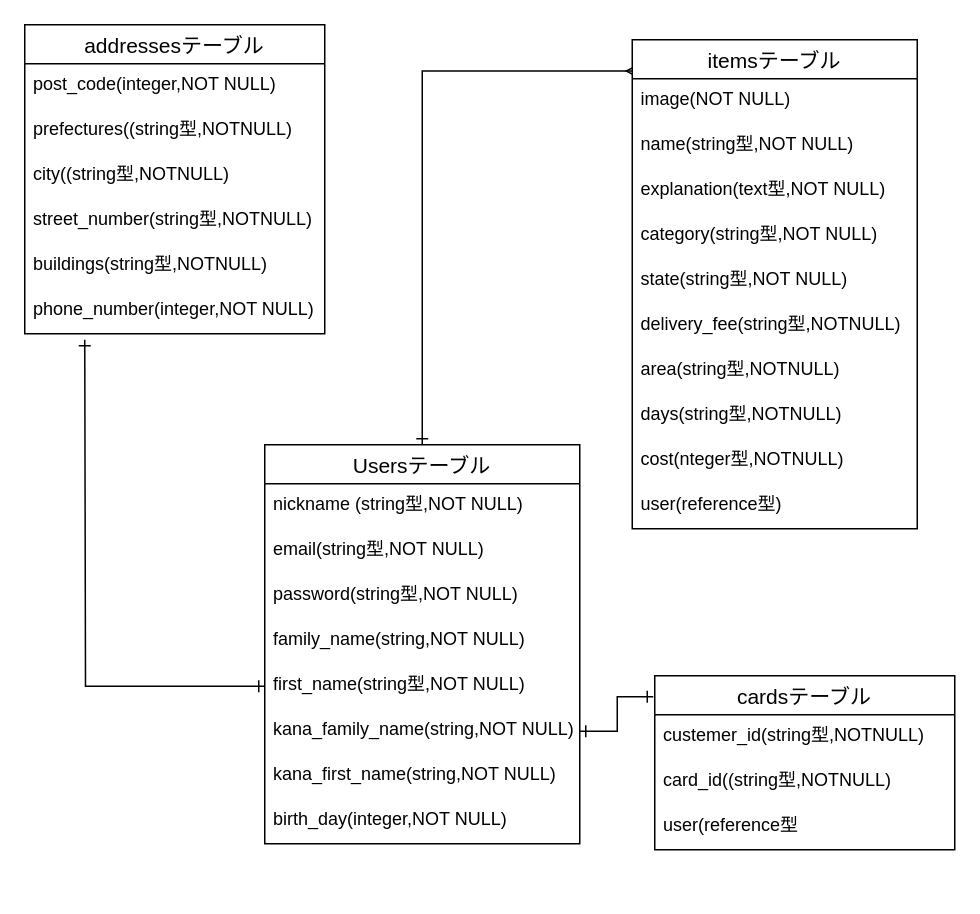
Above: config/ER図.dio in Hiroaki0117/furima-33506 (draw.io), before the change. Source tidied: cells renumbered, new cells numbered last; positions are measured from the earlier drawing's top-left corner, leaving out a move shared by most shapes. Both pictures are drawn from the tidied source at 150%, with x=0, y=0 at pixel (24, 24).
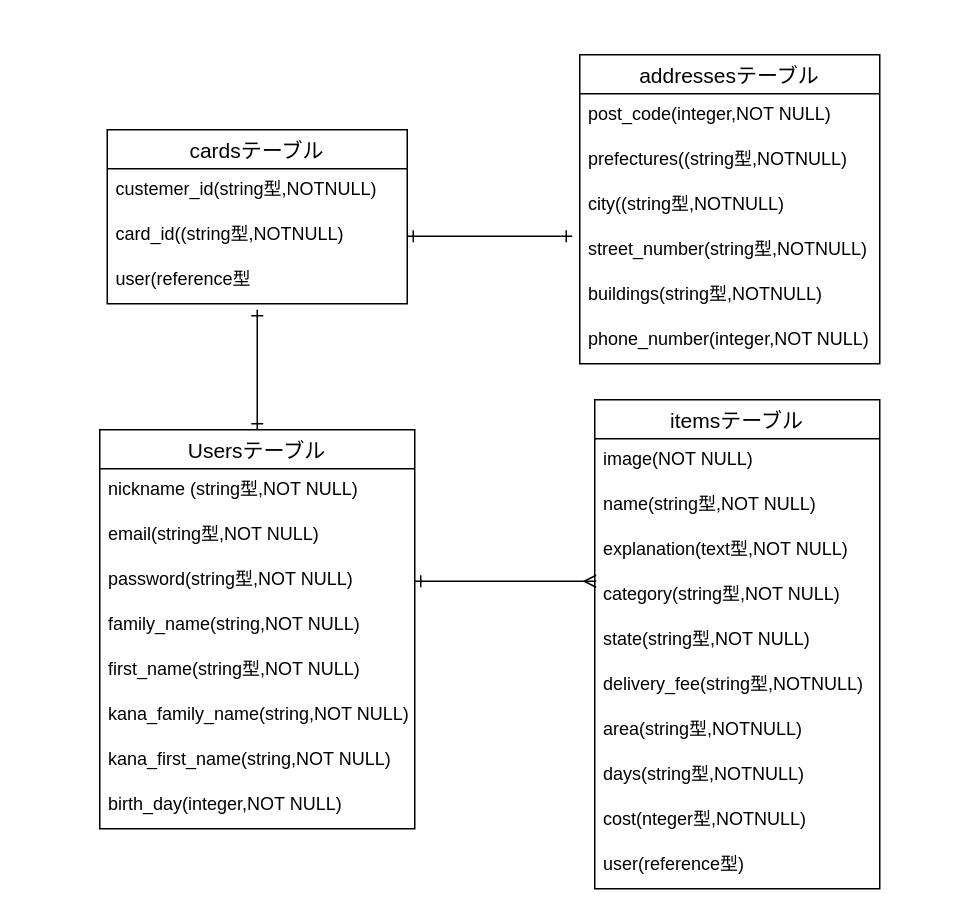
The same page after the edit.

Unchanged cells that the change refers to:
```xml
<mxCell id="6" value="password(string型,NOT NULL)&#10;&#10;" style="text;strokeColor=none;fillColor=none;spacingLeft=4;spacingRight=4;overflow=hidden;points=[[0,0.5],[1,0.5]];portConstraint=eastwest;fontSize=12;" parent="3" vertex="1">
  <mxGeometry y="86" width="210" height="30" as="geometry" />
</mxCell>
<mxCell id="8" value="first_name(string型,NOT NULL)" style="text;strokeColor=none;fillColor=none;spacingLeft=4;spacingRight=4;overflow=hidden;points=[[0,0.5],[1,0.5]];portConstraint=eastwest;fontSize=12;" parent="3" vertex="1">
  <mxGeometry y="146" width="210" height="30" as="geometry" />
</mxCell>
<mxCell id="9" value="kana_family_name(string,NOT NULL)" style="text;strokeColor=none;fillColor=none;spacingLeft=4;spacingRight=4;overflow=hidden;points=[[0,0.5],[1,0.5]];portConstraint=eastwest;fontSize=12;" parent="3" vertex="1">
  <mxGeometry y="176" width="210" height="30" as="geometry" />
</mxCell>
<mxCell id="16" value="category(string型,NOT NULL)" style="text;strokeColor=none;fillColor=none;spacingLeft=4;spacingRight=4;overflow=hidden;points=[[0,0.5],[1,0.5]];portConstraint=eastwest;fontSize=12;" parent="12" vertex="1">
  <mxGeometry y="116" width="190" height="30" as="geometry" />
</mxCell>
<mxCell id="27" value="street_number(string型,NOTNULL)" style="text;strokeColor=none;fillColor=none;spacingLeft=4;spacingRight=4;overflow=hidden;points=[[0,0.5],[1,0.5]];portConstraint=eastwest;fontSize=12;" parent="23" vertex="1">
  <mxGeometry y="116" width="200" height="30" as="geometry" />
</mxCell>
<mxCell id="32" value="card_id((string型,NOTNULL)" style="text;strokeColor=none;fillColor=none;spacingLeft=4;spacingRight=4;overflow=hidden;points=[[0,0.5],[1,0.5]];portConstraint=eastwest;fontSize=12;" parent="30" vertex="1">
  <mxGeometry y="56" width="200" height="30" as="geometry" />
</mxCell>
```

What changed in the source:
```diff
@@
-    <mxCell id="2" style="edgeStyle=orthogonalEdgeStyle;rounded=0;jettySize=auto;html=1;exitX=0.5;exitY=0;exitDx=0;exitDy=0;entryX=0.021;entryY=0.064;entryDx=0;entryDy=0;entryPerimeter=0;startArrow=ERone;startFill=0;endArrow=ERmany;endFill=0;" parent="1" edge="1" source="3" target="12">
-      <mxGeometry relative="1" as="geometry" />
-    </mxCell>
+    <mxCell id="36" style="edgeStyle=orthogonalEdgeStyle;rounded=0;jettySize=auto;html=1;exitX=0.5;exitY=0;exitDx=0;exitDy=0;startArrow=ERone;startFill=0;endArrow=ERone;endFill=0;" parent="1" edge="1" source="3">
+      <mxGeometry relative="1" as="geometry">
+        <mxPoint x="155" y="190" as="targetPoint" />
+      </mxGeometry>
+    </mxCell>
     <mxCell id="3" value="Usersテーブル" style="swimlane;fontStyle=0;horizontal=1;startSize=26;align=center;fontSize=14;" parent="1" vertex="1">
-      <mxGeometry x="160" y="280" width="210" height="266" as="geometry" />
+      <mxGeometry x="50" y="270" width="210" height="266" as="geometry" />
     </mxCell>
@@
     <mxCell id="12" value="itemsテーブル" style="swimlane;fontStyle=0;horizontal=1;startSize=26;align=center;fontSize=14;" parent="1" vertex="1">
-      <mxGeometry x="405" y="10" width="190" height="326" as="geometry" />
+      <mxGeometry x="380" y="250" width="190" height="326" as="geometry" />
     </mxCell>
@@
     <mxCell id="23" value="addressesテーブル" style="swimlane;fontStyle=0;horizontal=1;startSize=26;align=center;fontSize=14;" parent="1" vertex="1">
-      <mxGeometry width="200" height="206" as="geometry" />
+      <mxGeometry x="370" y="20" width="200" height="206" as="geometry" />
     </mxCell>
@@
     <mxCell id="30" value="cardsテーブル" style="swimlane;fontStyle=0;horizontal=1;startSize=26;align=center;fontSize=14;" parent="1" vertex="1">
-      <mxGeometry x="420" y="434" width="200" height="116" as="geometry" />
+      <mxGeometry x="55" y="70" width="200" height="116" as="geometry" />
     </mxCell>
@@
-    <mxCell id="34" style="edgeStyle=orthogonalEdgeStyle;rounded=0;jettySize=auto;html=1;exitX=0;exitY=0.5;exitDx=0;exitDy=0;startArrow=ERone;startFill=0;endArrow=ERone;endFill=0;" parent="1" edge="1" source="8">
-      <mxGeometry relative="1" as="geometry">
-        <mxPoint x="40" y="210" as="targetPoint" />
-      </mxGeometry>
-    </mxCell>
-    <mxCell id="35" style="edgeStyle=orthogonalEdgeStyle;rounded=0;jettySize=auto;html=1;exitX=1;exitY=0.5;exitDx=0;exitDy=0;entryX=-0.005;entryY=0.121;entryDx=0;entryDy=0;entryPerimeter=0;startArrow=ERone;startFill=0;endArrow=ERone;endFill=0;" parent="1" edge="1" source="9" target="30">
-      <mxGeometry relative="1" as="geometry" />
-    </mxCell>
+    <mxCell id="37" style="edgeStyle=orthogonalEdgeStyle;rounded=0;jettySize=auto;html=1;exitX=1;exitY=0.5;exitDx=0;exitDy=0;entryX=0.005;entryY=0.167;entryDx=0;entryDy=0;entryPerimeter=0;startArrow=ERone;startFill=0;endArrow=ERmany;endFill=0;" parent="1" edge="1" source="6" target="16">
+      <mxGeometry relative="1" as="geometry" />
+    </mxCell>
+    <mxCell id="38" style="edgeStyle=orthogonalEdgeStyle;rounded=0;jettySize=auto;html=1;exitX=1;exitY=0.5;exitDx=0;exitDy=0;entryX=-0.025;entryY=0.167;entryDx=0;entryDy=0;entryPerimeter=0;startArrow=ERone;startFill=0;endArrow=ERone;endFill=0;" parent="1" edge="1" source="32" target="27">
+      <mxGeometry relative="1" as="geometry" />
+    </mxCell>
```
